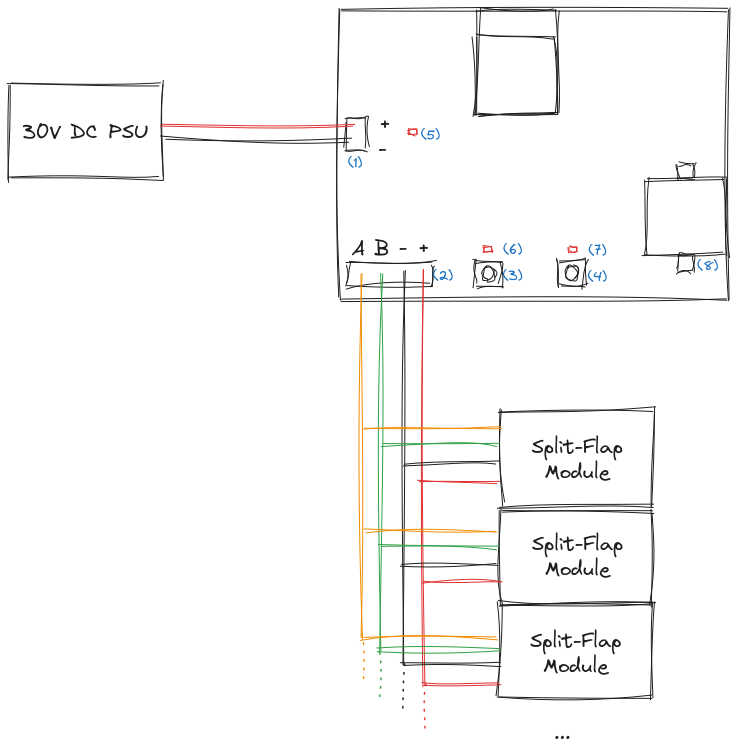
This is assets/hardware-wiring.png from clackotron/clackotron.github.io, a Excalidraw export, as it was before one commit. Source tidied: one line per element, renumbered; positions are measured from the earlier drawing's top-left corner, leaving out a move shared by most shapes.
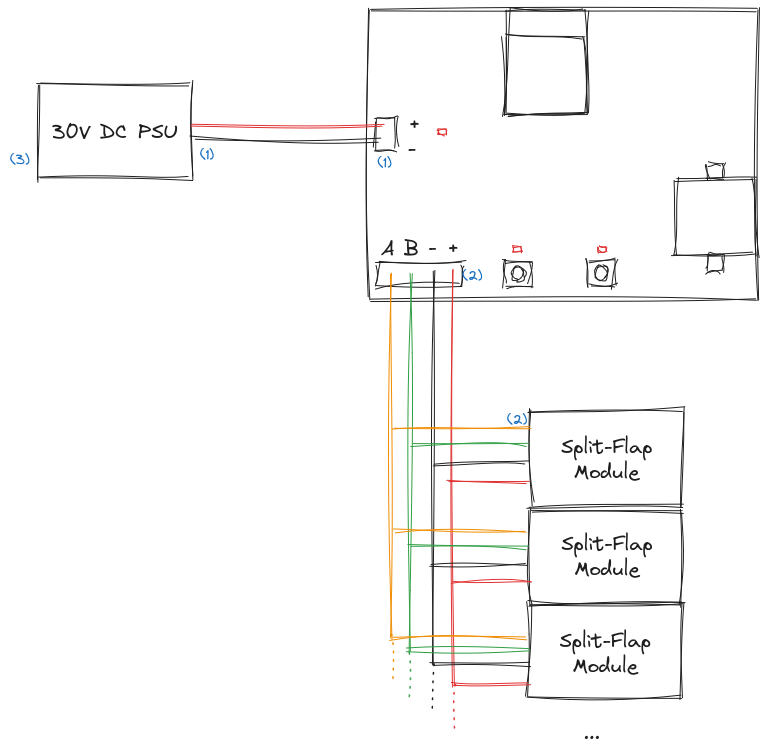
The same file after the commit.

The edit, as a diff of the source:
```diff
@@ -17,12 +17,7 @@
 {"id": 16, "type": "rectangle", "strokeColor": "#1e1e1e", "strokeWidth": 1, "roughness": 2, "x": 668, "y": 154, "width": 16, "height": 16}
 {"id": 17, "type": "text", "text": "(1)", "strokeColor": "#1971c2", "strokeWidth": 1, "roughness": 2, "fontSize": 13.73, "fontFamily": 1, "x": 338, "y": 145, "width": 14, "height": 17}
 {"id": 18, "type": "text", "text": "(2)", "strokeColor": "#1971c2", "strokeWidth": 1, "roughness": 2, "fontSize": 13.73, "fontFamily": 1, "x": 423, "y": 258, "width": 20, "height": 17}
-{"id": 19, "type": "text", "text": "(3)", "strokeColor": "#1971c2", "strokeWidth": 1, "roughness": 2, "fontSize": 13.73, "fontFamily": 1, "x": 493, "y": 258, "width": 20, "height": 17}
+{"id": 19, "type": "text", "text": "(3)", "strokeColor": "#1971c2", "strokeWidth": 1, "roughness": 2, "fontSize": 13.73, "fontFamily": 1, "x": -29, "y": 142, "width": 20, "height": 17}
-{"id": 20, "type": "text", "text": "(4)", "strokeColor": "#1971c2", "strokeWidth": 1, "roughness": 2, "fontSize": 13.73, "fontFamily": 1, "x": 578, "y": 259, "width": 19, "height": 17}
-{"id": 21, "type": "text", "text": "(5)", "strokeColor": "#1971c2", "strokeWidth": 1, "roughness": 2, "fontSize": 13.73, "fontFamily": 1, "x": 411, "y": 117, "width": 19, "height": 17}
-{"id": 22, "type": "text", "text": "(6)", "strokeColor": "#1971c2", "strokeWidth": 1, "roughness": 2, "fontSize": 13.73, "fontFamily": 1, "x": 493, "y": 232, "width": 19, "height": 17}
-{"id": 23, "type": "text", "text": "(7)", "strokeColor": "#1971c2", "strokeWidth": 1, "roughness": 2, "fontSize": 13.73, "fontFamily": 1, "x": 579, "y": 233, "width": 18, "height": 17}
-{"id": 24, "type": "text", "text": "(8)", "strokeColor": "#1971c2", "strokeWidth": 1, "roughness": 2, "fontSize": 13.73, "fontFamily": 1, "x": 687, "y": 248, "width": 21, "height": 17}
 {"id": 25, "type": "rectangle", "strokeColor": "#1e1e1e", "strokeWidth": 1, "roughness": 2, "x": 0, "y": 75, "width": 153, "height": 95}
 {"id": 26, "type": "rectangle", "strokeColor": "#1e1e1e", "strokeWidth": 1, "roughness": 2, "x": 491, "y": 401, "width": 153, "height": 95}
 {"id": 27, "type": "rectangle", "strokeColor": "#1e1e1e", "strokeWidth": 1, "roughness": 2, "x": 490, "y": 501, "width": 153, "height": 95}
@@ -54,3 +49,5 @@
 {"id": 53, "type": "line", "strokeColor": "#e03131", "strokeWidth": 1, "strokeStyle": "dotted", "roughness": 1, "x": 414, "y": 673, "width": 0, "height": 50, "points": [[0, 0], [0, 50]]}
 {"id": 54, "type": "line", "strokeColor": "#2f9e44", "strokeWidth": 1, "strokeStyle": "dotted", "roughness": 1, "x": 371, "y": 642, "width": 0, "height": 50, "points": [[0, 0], [0, 50]]}
 {"id": 55, "type": "line", "strokeColor": "#f08c00", "strokeWidth": 1, "strokeStyle": "dotted", "roughness": 2, "x": 352, "y": 620, "width": 0, "height": 50, "points": [[0, 0], [0, 50]]}
+{"id": 56, "type": "text", "text": "(1)", "strokeColor": "#1971c2", "strokeWidth": 1, "roughness": 2, "fontSize": 13.73, "fontFamily": 1, "x": 160, "y": 137, "width": 14, "height": 17}
+{"id": 57, "type": "text", "text": "(2)", "strokeColor": "#1971c2", "strokeWidth": 1, "roughness": 2, "fontSize": 13.73, "fontFamily": 1, "x": 468, "y": 402, "width": 20, "height": 17}
```
